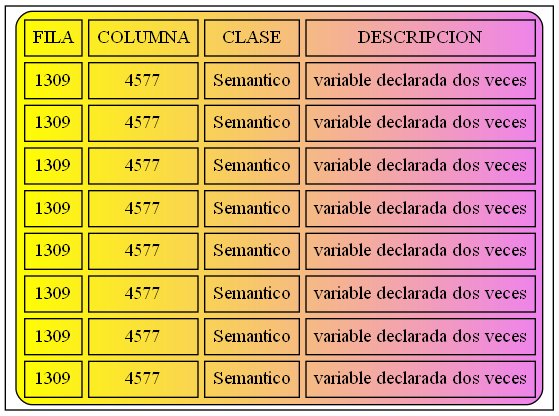
Above: Errores.png in JoseMore99/OLC2_P1_201701015 (Graphviz), before the change. Its source is kept beside it as Errores.dot.
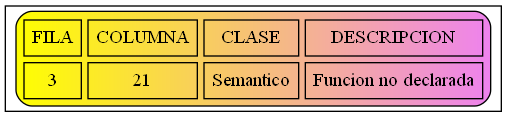
After the change.

The edit, as a diff of the source:
```diff
@@ -2,13 +2,6 @@
 node [shape=record];
 a0 [label=<<TABLE border="1" cellspacing="5" cellpadding="5" style="rounded" bgcolor="yellow:violet">
 "<TR><TD>FILA</TD><TD>COLUMNA</TD><TD>CLASE</TD><TD>DESCRIPCION</TD></TR>
-<TR><TD>1309</TD><TD>4577</TD><TD>Semantico</TD><TD>variable declarada dos veces</TD></TR>
-<TR><TD>1309</TD><TD>4577</TD><TD>Semantico</TD><TD>variable declarada dos veces</TD></TR>
-<TR><TD>1309</TD><TD>4577</TD><TD>Semantico</TD><TD>variable declarada dos veces</TD></TR>
-<TR><TD>1309</TD><TD>4577</TD><TD>Semantico</TD><TD>variable declarada dos veces</TD></TR>
-<TR><TD>1309</TD><TD>4577</TD><TD>Semantico</TD><TD>variable declarada dos veces</TD></TR>
-<TR><TD>1309</TD><TD>4577</TD><TD>Semantico</TD><TD>variable declarada dos veces</TD></TR>
-<TR><TD>1309</TD><TD>4577</TD><TD>Semantico</TD><TD>variable declarada dos veces</TD></TR>
-<TR><TD>1309</TD><TD>4577</TD><TD>Semantico</TD><TD>variable declarada dos veces</TD></TR>
+<TR><TD>3</TD><TD>21</TD><TD>Semantico</TD><TD>Funcion no declarada</TD></TR>
 </TABLE>>];
 }
```
